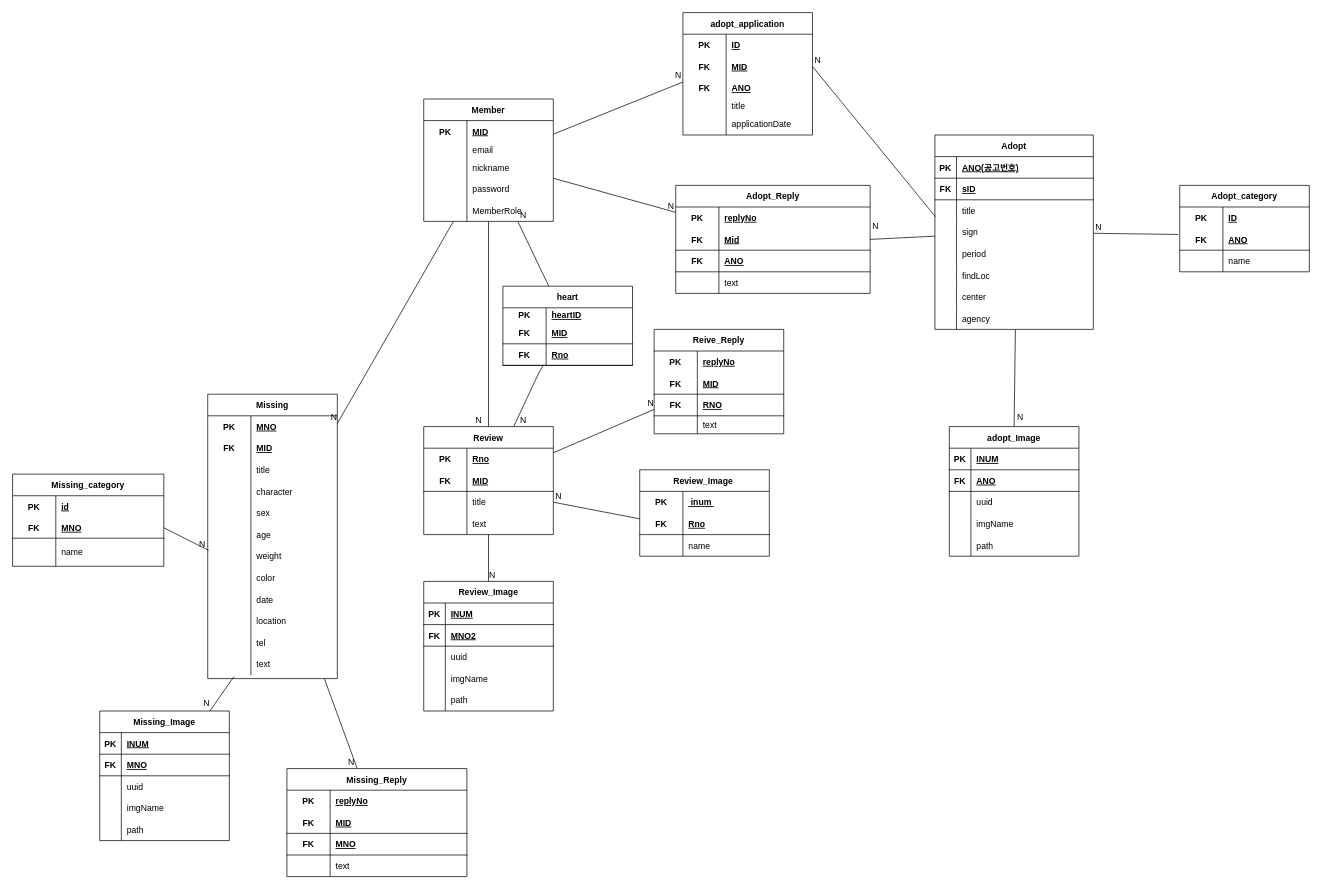
Before: target/classes/com/example/project1/erd/animal.drawio in Kimsumin1234/project1, a draw.io diagram. Source tidied: cells renumbered, new cells numbered last; positions are measured from the earlier drawing's top-left corner, leaving out a move shared by most shapes. Both pictures are drawn from the tidied source at 72%, with x=0, y=0 at pixel (12, 12).
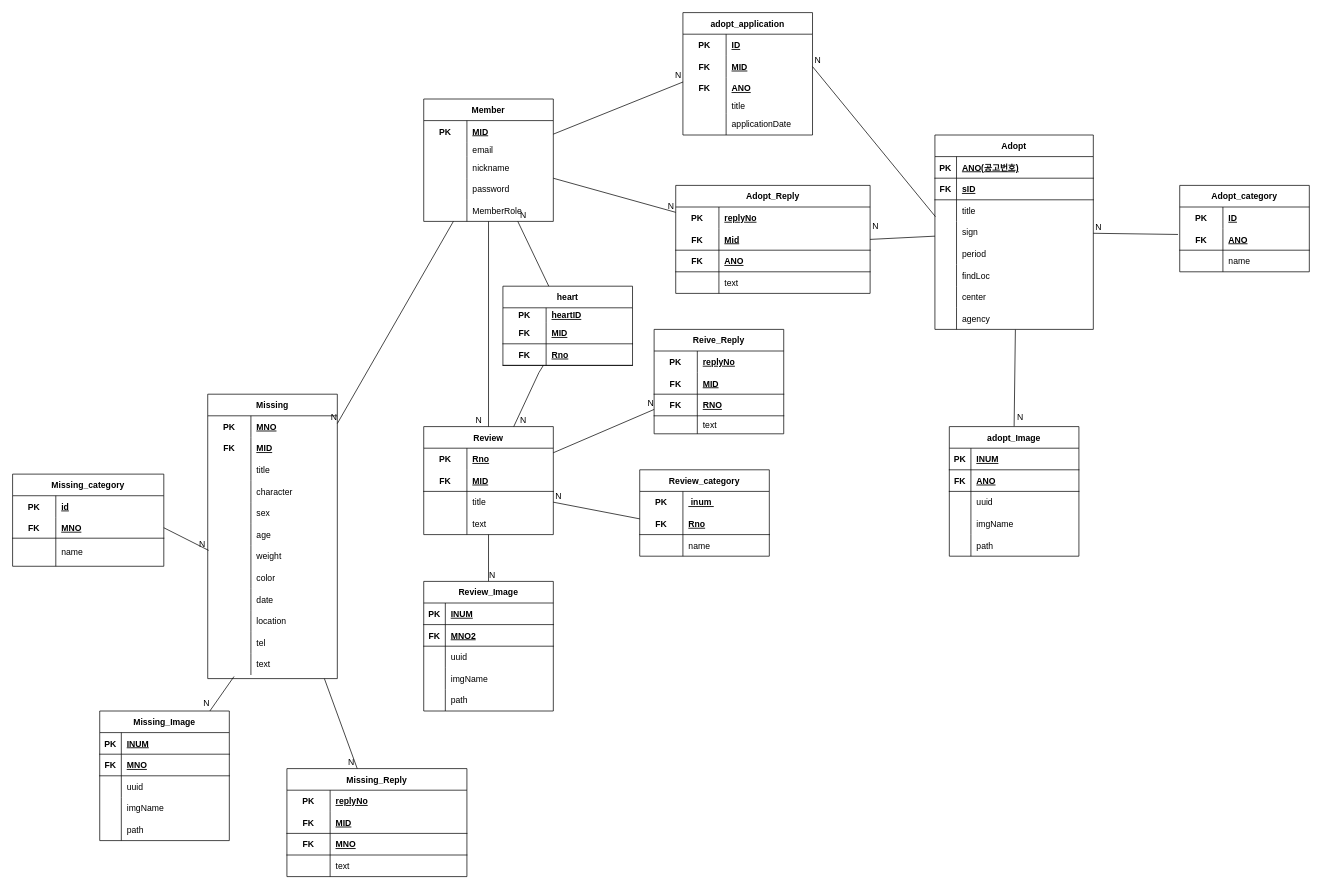
The same page after the edit.

Commit message (it also covers changes not shown here):
review list 정리

Change to the diagram source:
```diff
@@
-    <mxCell id="158" value="Review_Image " style="shape=table;startSize=30;childLayout=tableLayout;rowLines=0;fontStyle=1;align=center;" parent="1" vertex="1">
+    <mxCell id="158" value="Review_category" style="shape=table;startSize=30;childLayout=tableLayout;rowLines=0;fontStyle=1;align=center;" parent="1" vertex="1">
       <mxGeometry x="871" y="635" width="180" height="120" as="geometry" />
     </mxCell>
```
